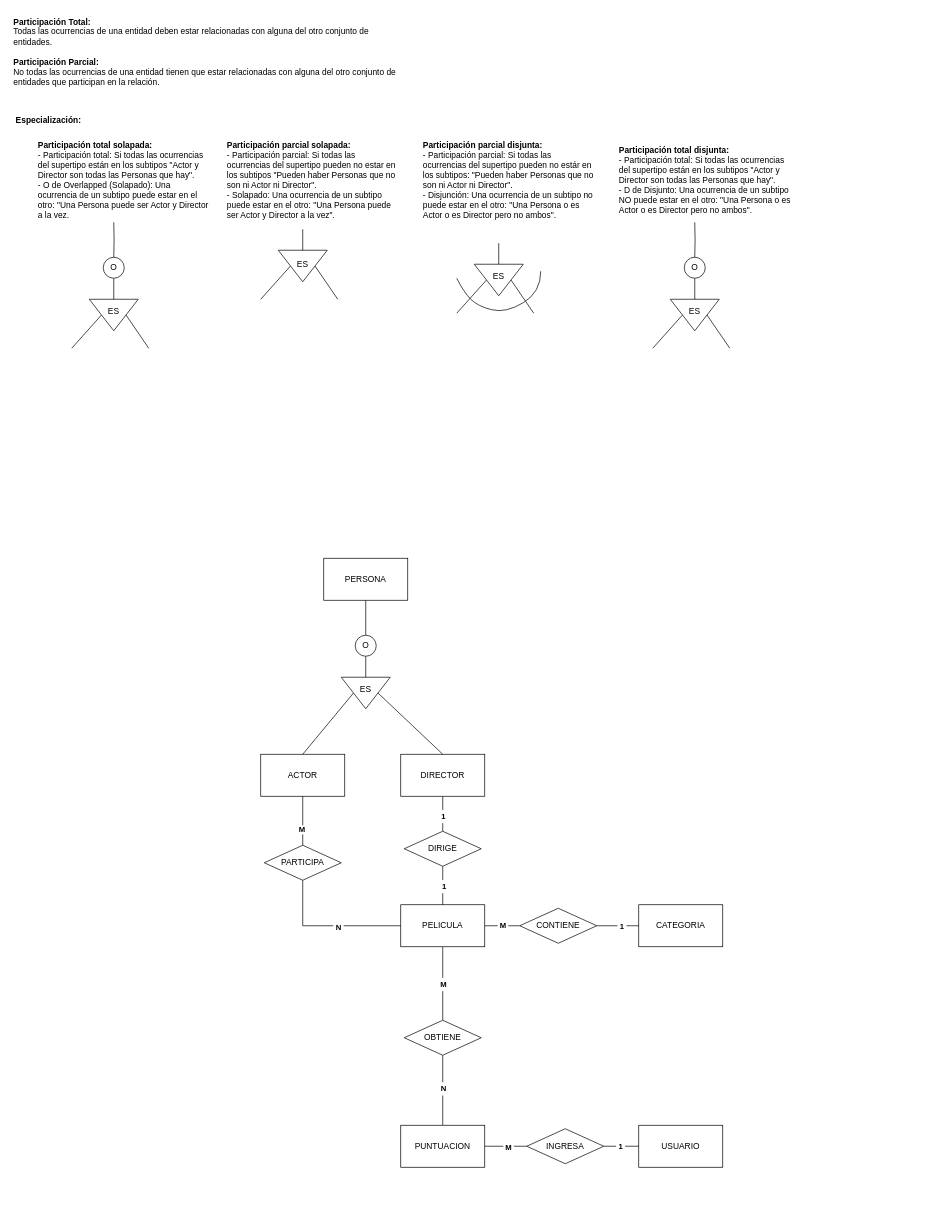
The draw.io diagram Diagrama Entidad-Relacion.drawio in KeniaMonchezPRO/ACDA-Kenia-Monchez-Proyecto-Multimedia, before the edit. Source tidied: cells renumbered, new cells numbered last; positions are measured from the earlier drawing's top-left corner, leaving out a move shared by most shapes. Both pictures are drawn from the tidied source at 70%, with x=0, y=0 at pixel (12, 12).
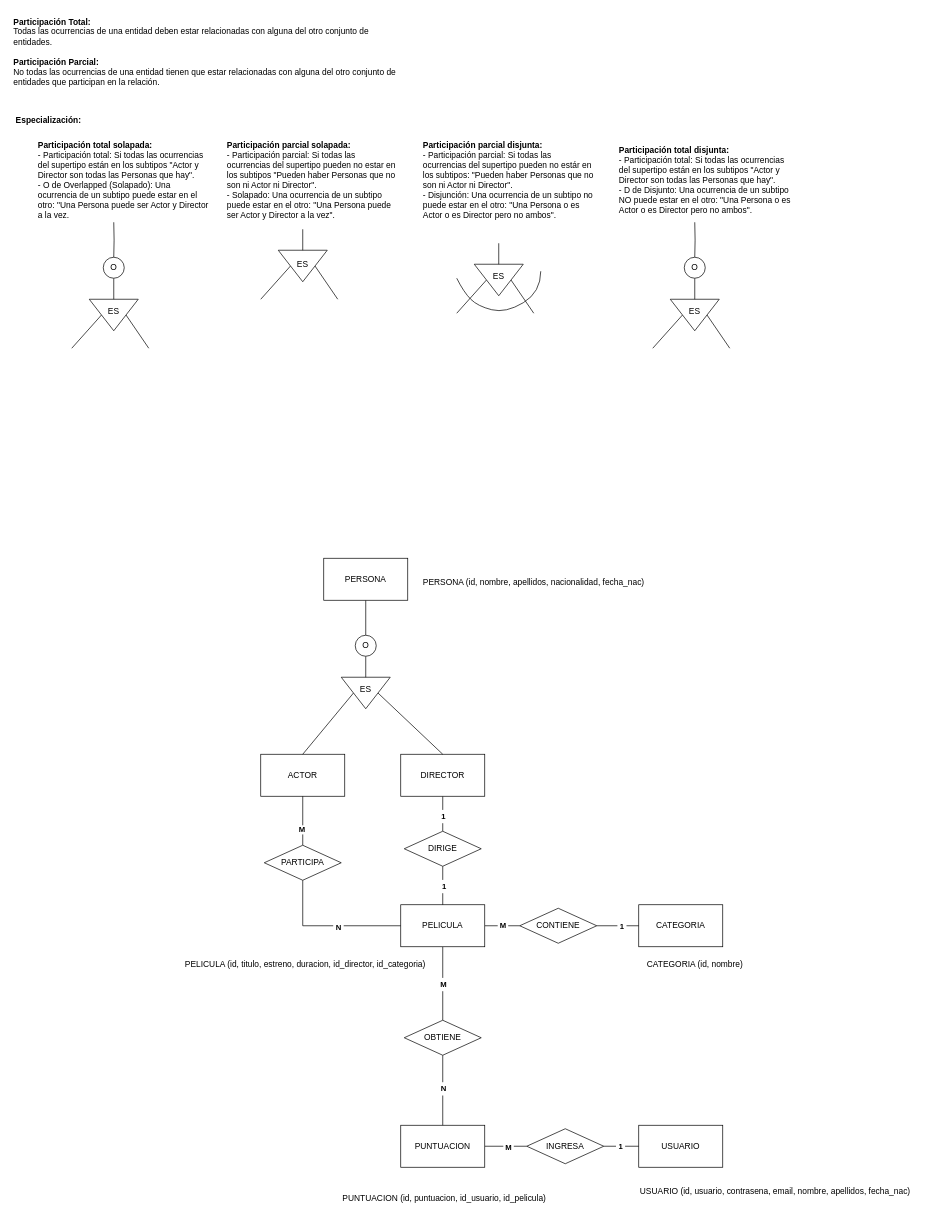
The same page after the edit.

What changed in the source:
```diff
@@
+    <mxCell id="76" value="USUARIO (id, usuario, contrasena, email, nombre, apellidos, fecha_nac)" style="text;html=1;align=left;verticalAlign=middle;whiteSpace=wrap;rounded=0;" parent="1" vertex="1">
+      <mxGeometry x="895" y="1670" width="420" height="30" as="geometry" />
+    </mxCell>
+    <mxCell id="77" value="PUNTUACION (id, puntuacion, id_usuario, id_pelicula)" style="text;html=1;align=left;verticalAlign=middle;whiteSpace=wrap;rounded=0;" parent="1" vertex="1">
+      <mxGeometry x="470" y="1680" width="310" height="30" as="geometry" />
+    </mxCell>
+    <mxCell id="78" value="CATEGORIA (id, nombre)" style="text;html=1;align=left;verticalAlign=middle;whiteSpace=wrap;rounded=0;" parent="1" vertex="1">
+      <mxGeometry x="905" y="1345" width="150" height="30" as="geometry" />
+    </mxCell>
+    <mxCell id="79" value="PELICULA (id, titulo, estreno, duracion, id_director, id_categoria)" style="text;html=1;align=left;verticalAlign=middle;whiteSpace=wrap;rounded=0;" parent="1" vertex="1">
+      <mxGeometry x="245" y="1345" width="360" height="30" as="geometry" />
+    </mxCell>
+    <mxCell id="80" value="PERSONA (id, nombre, apellidos, nacionalidad, fecha_nac)" style="text;html=1;align=left;verticalAlign=middle;whiteSpace=wrap;rounded=0;" parent="1" vertex="1">
+      <mxGeometry x="585" y="800" width="360" height="30" as="geometry" />
+    </mxCell>
```
